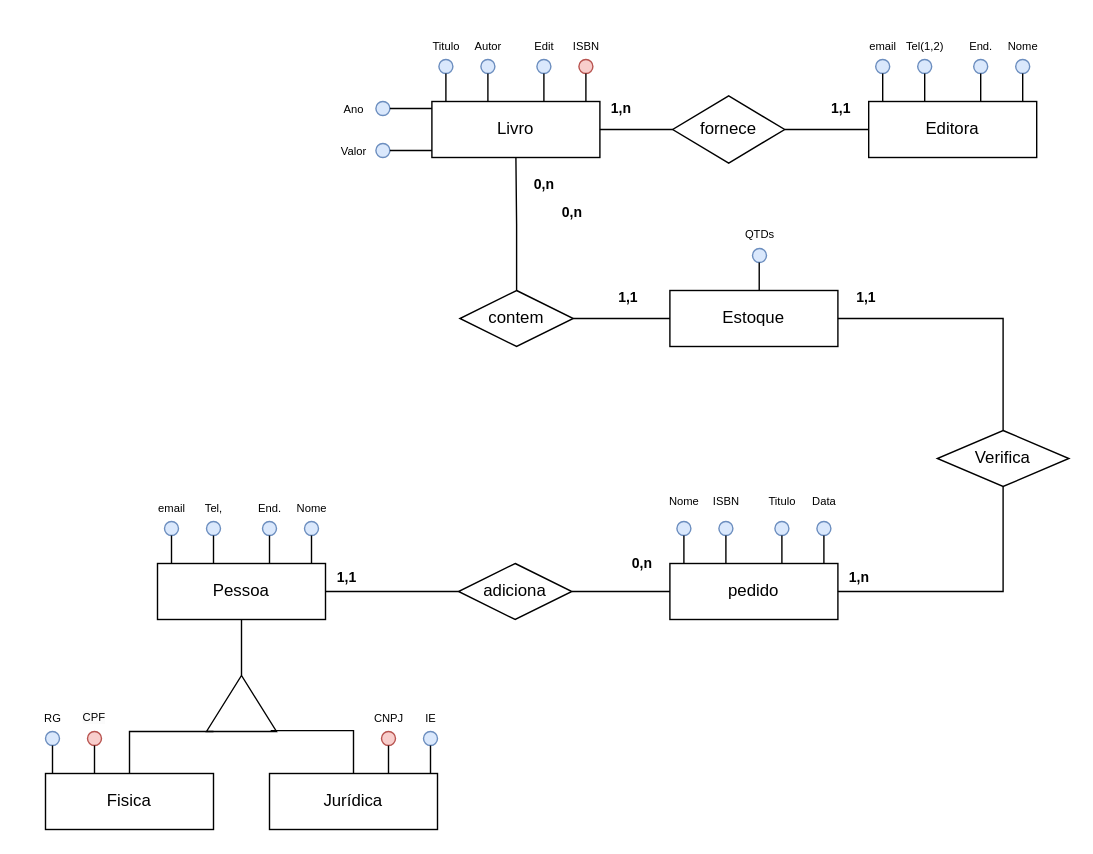
Earlier version of the draw.io diagram 3-Period-IFSI/Banco de Dados/ATV-Modelagem/Exercicio-1-MCBD.drawio (EdOc-PS/IFMG_Sistema-de-Informacao). Source tidied: cells renumbered, new cells numbered last; positions are measured from the earlier drawing's top-left corner, leaving out a move shared by most shapes. Both pictures are drawn from the tidied source at 140%, with x=0, y=0 at pixel (24, 24).
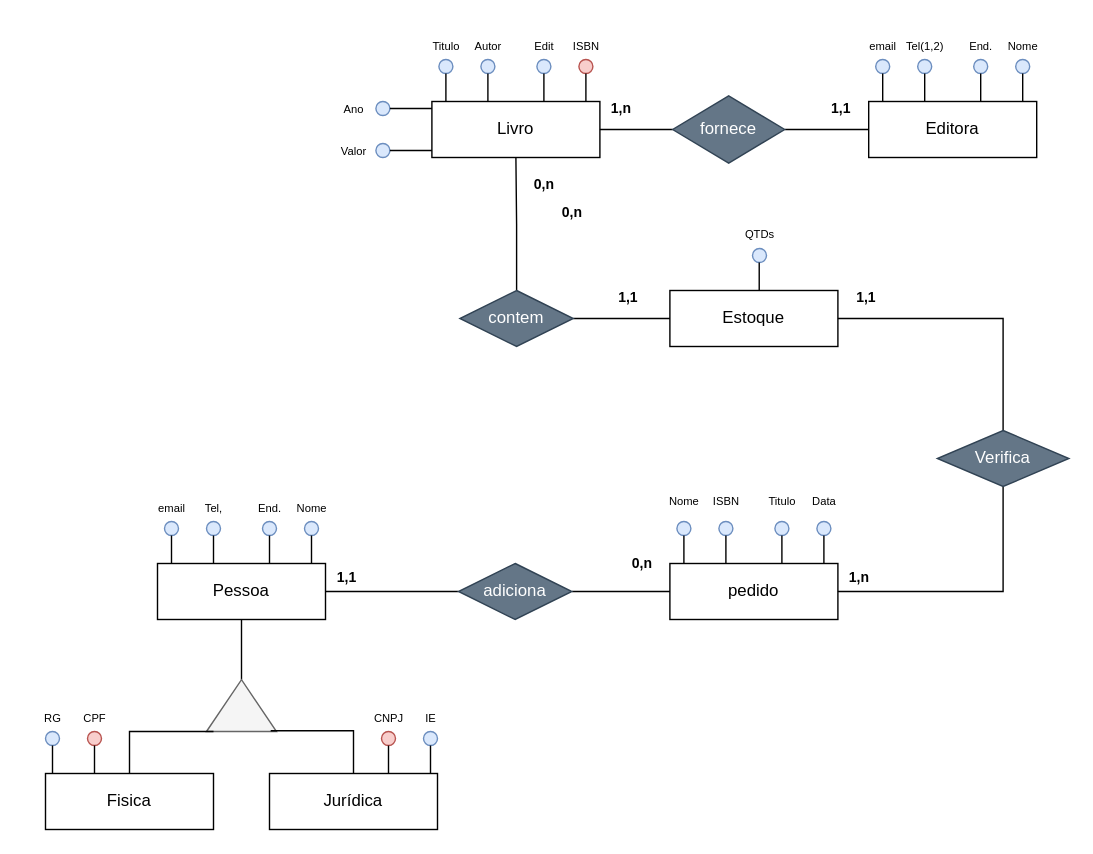
After the change.

The edit, as a diff of the source:
```diff
@@
-    <mxCell id="5" style="triangle;whiteSpace=wrap;html=1;rotation=-90;" parent="1" vertex="1">
-      <mxGeometry x="135" y="460" width="40" height="50" as="geometry" />
+    <mxCell id="5" style="triangle;whiteSpace=wrap;html=1;rotation=-90;fillColor=#f5f5f5;fontColor=#333333;strokeColor=#666666;" parent="1" vertex="1">
+      <mxGeometry x="136.5" y="461.5" width="37" height="50" as="geometry" />
     </mxCell>
@@
-    <mxCell id="15" value="&lt;span style=&quot;color: rgb(0, 0, 0); font-family: Helvetica; font-size: 8px; font-style: normal; font-variant-ligatures: normal; font-variant-caps: normal; font-weight: 400; letter-spacing: normal; orphans: 2; text-align: center; text-indent: 0px; text-transform: none; widows: 2; word-spacing: 0px; -webkit-text-stroke-width: 0px; white-space: nowrap; background-color: rgb(251, 251, 251); text-decoration-thickness: initial; text-decoration-style: initial; text-decoration-color: initial; display: inline !important; float: none;&quot;&gt;CPF&lt;/span&gt;" style="text;whiteSpace=wrap;html=1;" parent="1" vertex="1">
-      <mxGeometry x="40" y="480" width="50" height="25" as="geometry" />
-    </mxCell>
@@
-    <mxCell id="68" value="fornece" style="rhombus;whiteSpace=wrap;html=1;" parent="1" vertex="1">
+    <mxCell id="68" value="fornece" style="rhombus;whiteSpace=wrap;html=1;fillColor=#647687;fontColor=#ffffff;strokeColor=#314354;" parent="1" vertex="1">
       <mxGeometry x="463" y="51" width="80" height="48" as="geometry" />
     </mxCell>
@@
-    <mxCell id="90" value="contem" style="rhombus;whiteSpace=wrap;html=1;" parent="1" vertex="1">
+    <mxCell id="90" value="contem" style="rhombus;whiteSpace=wrap;html=1;fillColor=#647687;fontColor=#ffffff;strokeColor=#314354;" parent="1" vertex="1">
       <mxGeometry x="311" y="190" width="81" height="40" as="geometry" />
     </mxCell>
@@
-    <mxCell id="94" value="adiciona" style="rhombus;whiteSpace=wrap;html=1;" parent="1" vertex="1">
+    <mxCell id="94" value="adiciona" style="rhombus;whiteSpace=wrap;html=1;fillColor=#647687;strokeColor=#314354;fontColor=#ffffff;" parent="1" vertex="1">
       <mxGeometry x="310" y="385" width="81" height="40" as="geometry" />
     </mxCell>
@@
-    <mxCell id="99" value="Verifica" style="rhombus;whiteSpace=wrap;html=1;" parent="1" vertex="1">
+    <mxCell id="99" value="Verifica" style="rhombus;whiteSpace=wrap;html=1;fillColor=#647687;fontColor=#ffffff;strokeColor=#314354;" parent="1" vertex="1">
       <mxGeometry x="652" y="290" width="94" height="40" as="geometry" />
     </mxCell>
@@
+    <mxCell id="15" value="&lt;span style=&quot;font-size: 8px;&quot;&gt;CPF&lt;/span&gt;" style="text;html=1;align=center;verticalAlign=middle;strokeColor=none;fillColor=none;" parent="1" vertex="1">
+      <mxGeometry x="30" y="480" width="40" height="30" as="geometry" />
+    </mxCell>
```
